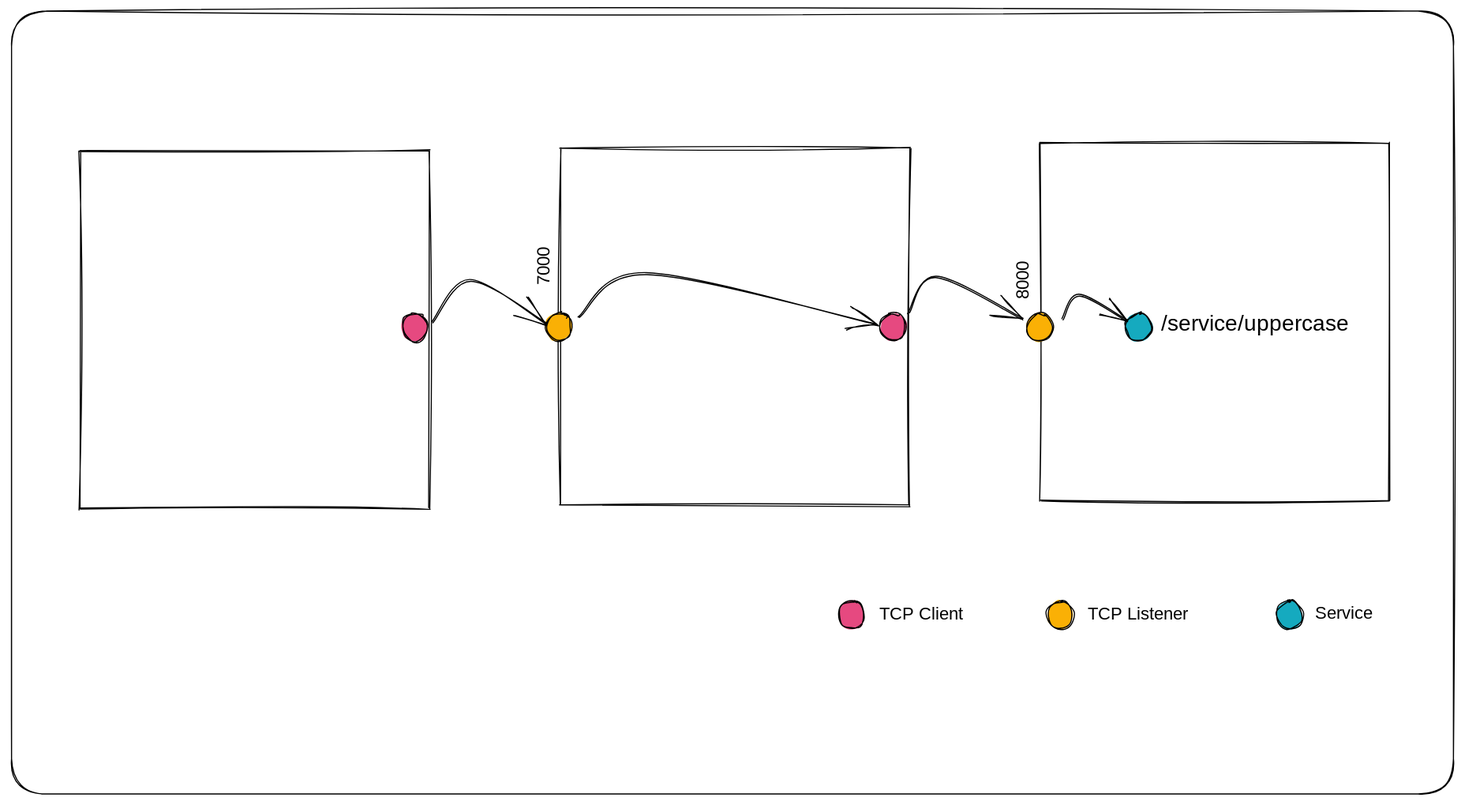
Earlier version of the Excalidraw export .gitbook/assets/file.excalidraw.svg (build-trust/ockam-documentation). Source tidied: one line per element, renumbered; positions are measured from the earlier drawing's top-left corner, leaving out a move shared by most shapes.
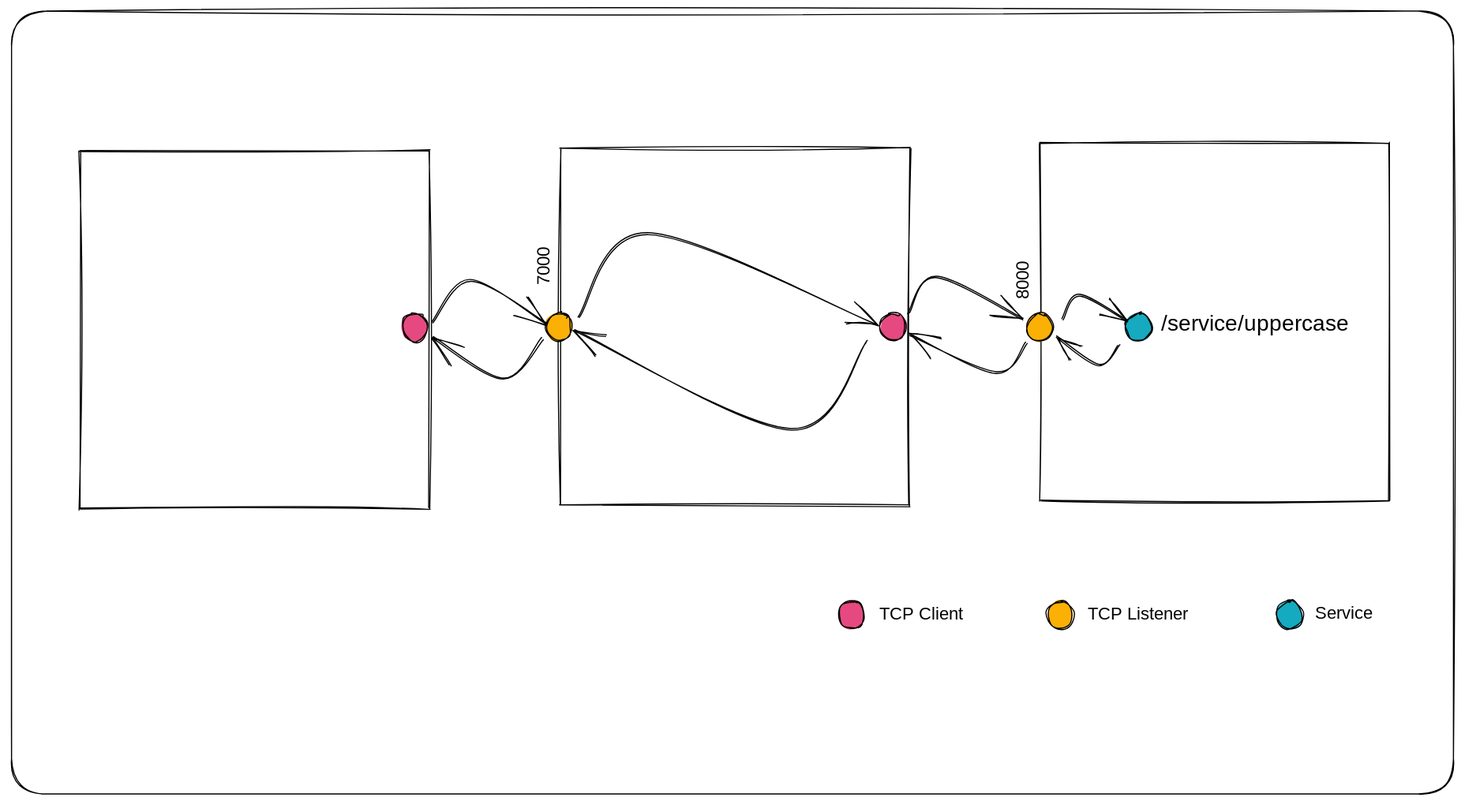
After the change.

Commit message:
GITBOOK-906: change request with no subject merged in GitBook

What changed in the source:
```diff
@@ -19,4 +19,8 @@
 {"id": 18, "type": "arrow", "strokeColor": "#000000", "strokeWidth": 1, "roughness": 1, "endArrowhead": "arrow", "round": true, "from": 10, "to": 4, "x": 812, "y": 274, "width": 103, "height": 38, "points": [[0, 0], [25, -33], [103, 4]]}
 {"id": 19, "type": "arrow", "strokeColor": "#000000", "strokeWidth": 1, "roughness": 1, "endArrowhead": "arrow", "round": true, "from": 11, "to": 6, "x": 381, "y": 282, "width": 104, "height": 39, "points": [[0, 0], [35, -38], [104, 2]]}
 {"id": 20, "type": "arrow", "strokeColor": "#000000", "strokeWidth": 1, "roughness": 1, "endArrowhead": "arrow", "round": true, "from": 4, "to": 3, "x": 951, "y": 280, "width": 59, "height": 23, "points": [[0, 0], [15, -22], [59, 1]]}
-{"id": 21, "type": "arrow", "strokeColor": "#000000", "strokeWidth": 1, "roughness": 1, "endArrowhead": "arrow", "round": true, "from": 9, "to": 10, "x": 513, "y": 276, "width": 269, "height": 45, "points": [[0, 0], [61, -38], [269, 7]]}
+{"id": 21, "type": "arrow", "strokeColor": "#000000", "strokeWidth": 1, "roughness": 1, "endArrowhead": "arrow", "round": true, "from": 9, "to": 10, "x": 513, "y": 276, "width": 269, "height": 81, "points": [[0, 0], [62, -74], [269, 7]]}
+{"id": 22, "type": "arrow", "strokeColor": "#000000", "strokeWidth": 1, "roughness": 1, "endArrowhead": "arrow", "round": true, "from": 3, "to": 4, "x": 1002, "y": 302, "width": 57, "height": 26, "points": [[0, 0], [-18, 18], [-57, -8]]}
+{"id": 23, "type": "arrow", "strokeColor": "#000000", "strokeWidth": 1, "roughness": 1, "endArrowhead": "arrow", "round": true, "from": 4, "to": 10, "x": 920, "y": 302, "width": 106, "height": 33, "points": [[0, 0], [-27, 25], [-106, -8]]}
+{"id": 24, "type": "arrow", "strokeColor": "#000000", "strokeWidth": 1, "roughness": 1, "endArrowhead": "arrow", "round": true, "from": 10, "to": 9, "x": 774, "y": 299, "width": 265, "height": 90, "points": [[0, 0], [-69, 79], [-265, -11]]}
+{"id": 25, "type": "arrow", "strokeColor": "#000000", "strokeWidth": 1, "roughness": 1, "endArrowhead": "arrow", "round": true, "from": 9, "to": 11, "x": 481, "y": 297, "width": 99, "height": 39, "points": [[0, 0], [-35, 37], [-99, -2]]}
```
